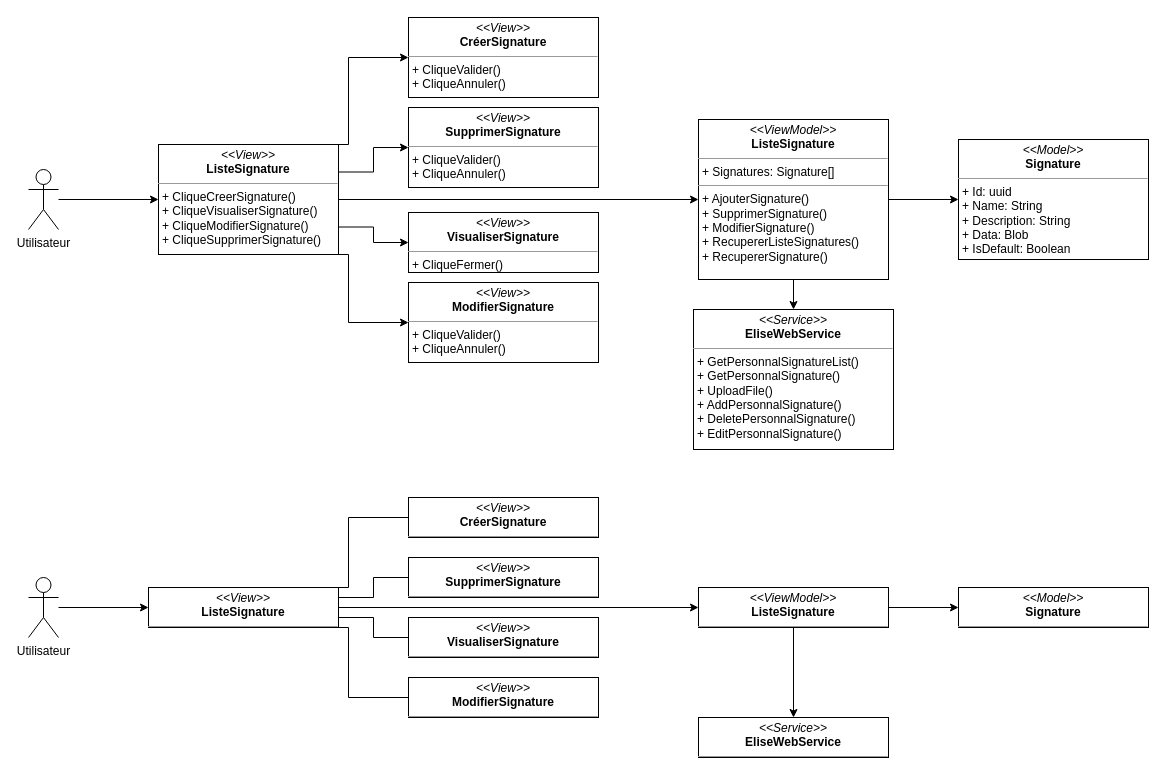
The draw.io diagram dcpSignatures.drawio in PFE-Neoledge-2023/rapport, before the edit. Source tidied: cells renumbered, new cells numbered last; positions are measured from the earlier drawing's top-left corner, leaving out a move shared by most shapes. Both pictures are drawn from the tidied source at 100%, with x=0, y=0 at pixel (28, 17).
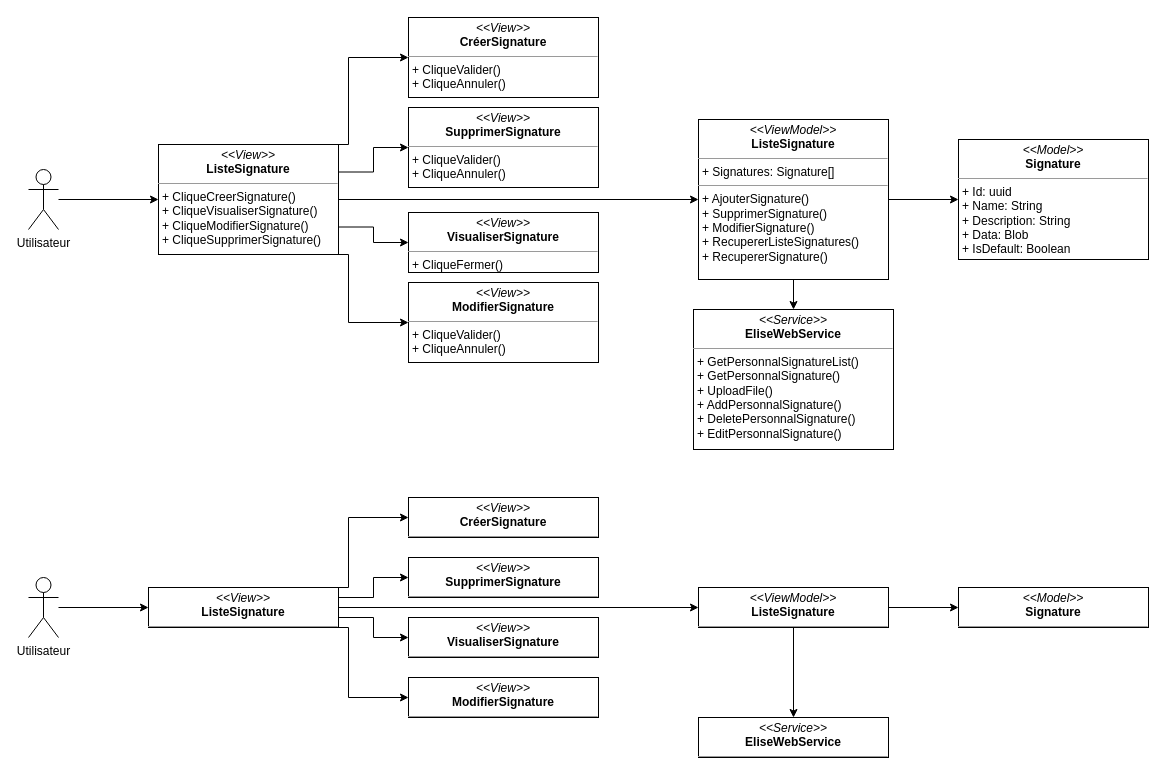
Above is the later version.

The change refers to these unchanged cells:
```xml
<mxCell id="26" value="&lt;p style=&quot;margin:0px;margin-top:4px;text-align:center;&quot;&gt;&lt;i&gt;&amp;lt;&amp;lt;View&amp;gt;&amp;gt;&lt;/i&gt;&lt;br&gt;&lt;b&gt;ListeSignature&lt;/b&gt;&lt;/p&gt;&lt;hr size=&quot;1&quot;&gt;&lt;p style=&quot;margin:0px;margin-left:4px;&quot;&gt;&lt;/p&gt;&lt;p style=&quot;margin:0px;margin-left:4px;&quot;&gt;&lt;br&gt;&lt;/p&gt;" style="verticalAlign=top;align=left;overflow=fill;fontSize=12;fontFamily=Helvetica;html=1;whiteSpace=wrap;" parent="1" vertex="1">
  <mxGeometry x="120" y="570" width="190" height="40" as="geometry" />
</mxCell>
<mxCell id="29" value="&lt;p style=&quot;margin:0px;margin-top:4px;text-align:center;&quot;&gt;&lt;i&gt;&amp;lt;&amp;lt;View&amp;gt;&amp;gt;&lt;/i&gt;&lt;br&gt;&lt;b&gt;CréerSignature&lt;/b&gt;&lt;/p&gt;&lt;hr size=&quot;1&quot;&gt;&lt;p style=&quot;margin:0px;margin-left:4px;&quot;&gt;&lt;/p&gt;&lt;p style=&quot;margin:0px;margin-left:4px;&quot;&gt;&lt;br&gt;&lt;/p&gt;" style="verticalAlign=top;align=left;overflow=fill;fontSize=12;fontFamily=Helvetica;html=1;whiteSpace=wrap;" parent="1" vertex="1">
  <mxGeometry x="380" y="480" width="190" height="40" as="geometry" />
</mxCell>
<mxCell id="30" value="&lt;p style=&quot;margin:0px;margin-top:4px;text-align:center;&quot;&gt;&lt;i&gt;&amp;lt;&amp;lt;View&amp;gt;&amp;gt;&lt;/i&gt;&lt;br&gt;&lt;b&gt;ModifierSignature&lt;/b&gt;&lt;/p&gt;&lt;hr size=&quot;1&quot;&gt;&lt;p style=&quot;margin:0px;margin-left:4px;&quot;&gt;&lt;/p&gt;&lt;p style=&quot;margin:0px;margin-left:4px;&quot;&gt;&lt;br&gt;&lt;/p&gt;" style="verticalAlign=top;align=left;overflow=fill;fontSize=12;fontFamily=Helvetica;html=1;whiteSpace=wrap;" parent="1" vertex="1">
  <mxGeometry x="380" y="660" width="190" height="40" as="geometry" />
</mxCell>
<mxCell id="31" value="&lt;p style=&quot;margin:0px;margin-top:4px;text-align:center;&quot;&gt;&lt;i&gt;&amp;lt;&amp;lt;View&amp;gt;&amp;gt;&lt;/i&gt;&lt;br&gt;&lt;b&gt;SupprimerSignature&lt;/b&gt;&lt;/p&gt;&lt;hr size=&quot;1&quot;&gt;&lt;p style=&quot;margin:0px;margin-left:4px;&quot;&gt;&lt;/p&gt;&lt;p style=&quot;margin:0px;margin-left:4px;&quot;&gt;&lt;br&gt;&lt;/p&gt;" style="verticalAlign=top;align=left;overflow=fill;fontSize=12;fontFamily=Helvetica;html=1;whiteSpace=wrap;" parent="1" vertex="1">
  <mxGeometry x="380" y="540" width="190" height="40" as="geometry" />
</mxCell>
<mxCell id="32" value="&lt;p style=&quot;margin:0px;margin-top:4px;text-align:center;&quot;&gt;&lt;i&gt;&amp;lt;&amp;lt;View&amp;gt;&amp;gt;&lt;/i&gt;&lt;br&gt;&lt;b&gt;VisualiserSignature&lt;/b&gt;&lt;/p&gt;&lt;hr size=&quot;1&quot;&gt;&lt;p style=&quot;margin:0px;margin-left:4px;&quot;&gt;&lt;/p&gt;&lt;p style=&quot;margin:0px;margin-left:4px;&quot;&gt;&lt;br&gt;&lt;/p&gt;" style="verticalAlign=top;align=left;overflow=fill;fontSize=12;fontFamily=Helvetica;html=1;whiteSpace=wrap;" parent="1" vertex="1">
  <mxGeometry x="380" y="600" width="190" height="40" as="geometry" />
</mxCell>
```

Diff of the diagram source:
```diff
@@
-    <mxCell id="22" style="edgeStyle=orthogonalEdgeStyle;rounded=0;html=1;exitX=1;exitY=0;exitDx=0;exitDy=0;entryX=0;entryY=0.5;entryDx=0;entryDy=0;startArrow=none;startFill=0;endArrow=none;endFill=0;" parent="1" edge="1" source="26" target="29">
+    <mxCell id="22" style="edgeStyle=orthogonalEdgeStyle;rounded=0;html=1;exitX=1;exitY=0;exitDx=0;exitDy=0;entryX=0;entryY=0.5;entryDx=0;entryDy=0;startArrow=none;startFill=0;endArrow=classic;endFill=1;" parent="1" edge="1" source="26" target="29">
       <mxGeometry relative="1" as="geometry">
         <Array as="points">
           <mxPoint x="320" y="570" />
           <mxPoint x="320" y="500" />
         </Array>
       </mxGeometry>
     </mxCell>
-    <mxCell id="23" style="edgeStyle=orthogonalEdgeStyle;rounded=0;html=1;exitX=1;exitY=0.25;exitDx=0;exitDy=0;entryX=0;entryY=0.5;entryDx=0;entryDy=0;startArrow=none;startFill=0;endArrow=none;endFill=0;" parent="1" edge="1" source="26" target="31">
+    <mxCell id="23" style="edgeStyle=orthogonalEdgeStyle;rounded=0;html=1;exitX=1;exitY=0.25;exitDx=0;exitDy=0;entryX=0;entryY=0.5;entryDx=0;entryDy=0;startArrow=none;startFill=0;endArrow=classic;endFill=1;" parent="1" edge="1" source="26" target="31">
       <mxGeometry relative="1" as="geometry" />
     </mxCell>
-    <mxCell id="24" style="edgeStyle=orthogonalEdgeStyle;rounded=0;html=1;exitX=1;exitY=0.75;exitDx=0;exitDy=0;entryX=0;entryY=0.5;entryDx=0;entryDy=0;startArrow=none;startFill=0;endArrow=none;endFill=0;" parent="1" edge="1" source="26" target="32">
+    <mxCell id="24" style="edgeStyle=orthogonalEdgeStyle;rounded=0;html=1;exitX=1;exitY=0.75;exitDx=0;exitDy=0;entryX=0;entryY=0.5;entryDx=0;entryDy=0;startArrow=none;startFill=0;endArrow=classic;endFill=1;" parent="1" edge="1" source="26" target="32">
       <mxGeometry relative="1" as="geometry" />
     </mxCell>
-    <mxCell id="25" style="edgeStyle=orthogonalEdgeStyle;rounded=0;html=1;exitX=1;exitY=1;exitDx=0;exitDy=0;entryX=0;entryY=0.5;entryDx=0;entryDy=0;startArrow=none;startFill=0;endArrow=none;endFill=0;" parent="1" edge="1" source="26" target="30">
+    <mxCell id="25" style="edgeStyle=orthogonalEdgeStyle;rounded=0;html=1;exitX=1;exitY=1;exitDx=0;exitDy=0;entryX=0;entryY=0.5;entryDx=0;entryDy=0;startArrow=none;startFill=0;endArrow=classic;endFill=1;" parent="1" edge="1" source="26" target="30">
       <mxGeometry relative="1" as="geometry">
         <Array as="points">
           <mxPoint x="320" y="610" />
           <mxPoint x="320" y="680" />
         </Array>
       </mxGeometry>
     </mxCell>
```
